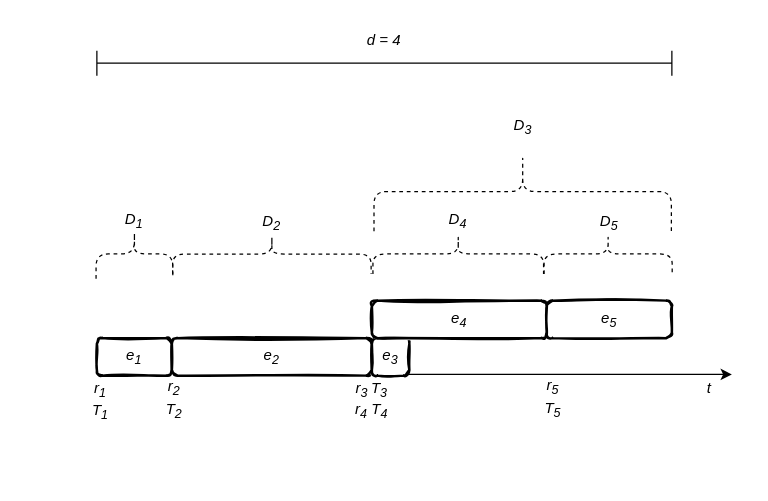
Before: Scheduling_of_Deadlines.drawio in Mast3rwaf1z/p4, a draw.io diagram. Source tidied: cells renumbered, new cells numbered last; positions are measured from the earlier drawing's top-left corner, leaving out a move shared by most shapes. Both pictures are drawn from the tidied source at 125%, with x=0, y=0 at pixel (62, 21).
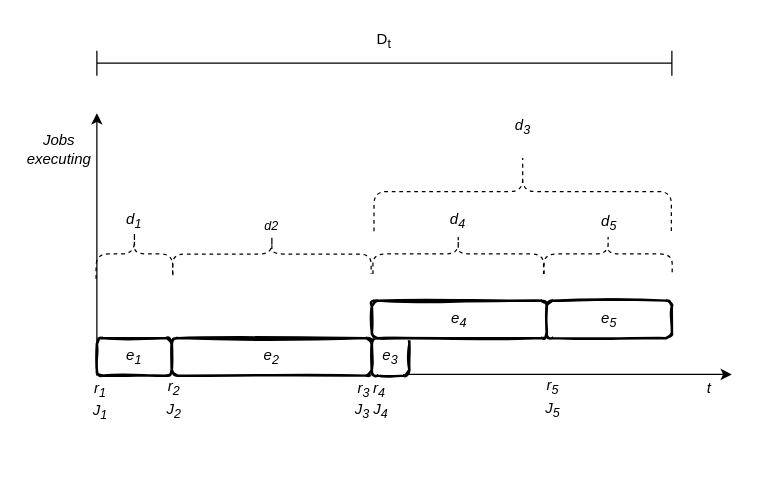
After the change.

The change refers to these unchanged cells:
```xml
<mxCell id="3" value="e&lt;sub&gt;1&lt;/sub&gt;" style="rounded=1;whiteSpace=wrap;html=1;strokeWidth=2;fillWeight=4;hachureGap=8;hachureAngle=45;sketch=1;fontStyle=2;" parent="1" vertex="1">
  <mxGeometry x="27" y="253" width="60" height="30" as="geometry" />
</mxCell>
```

Change to the diagram source:
```diff
@@
-    <mxCell id="9" value="r&lt;sub&gt;1&lt;br&gt;&lt;/sub&gt;T&lt;sub&gt;1&lt;/sub&gt;" style="text;html=1;strokeColor=none;fillColor=none;align=center;verticalAlign=middle;whiteSpace=wrap;rounded=0;fontStyle=2;" parent="1" vertex="1">
+    <mxCell id="9" value="r&lt;sub&gt;1&lt;br&gt;&lt;/sub&gt;J&lt;sub&gt;1&lt;/sub&gt;" style="text;html=1;strokeColor=none;fillColor=none;align=center;verticalAlign=middle;whiteSpace=wrap;rounded=0;fontStyle=2;" parent="1" vertex="1">
       <mxGeometry y="288" width="60" height="30" as="geometry" />
     </mxCell>
-    <mxCell id="10" value="r&lt;sub&gt;2&lt;br&gt;&lt;/sub&gt;T&lt;sub&gt;2&lt;/sub&gt;" style="text;html=1;strokeColor=none;fillColor=none;align=center;verticalAlign=middle;whiteSpace=wrap;rounded=0;fontStyle=2;" parent="1" vertex="1">
+    <mxCell id="10" value="r&lt;sub&gt;2&lt;br&gt;&lt;/sub&gt;J&lt;sub&gt;2&lt;/sub&gt;" style="text;html=1;strokeColor=none;fillColor=none;align=center;verticalAlign=middle;whiteSpace=wrap;rounded=0;fontStyle=2;" parent="1" vertex="1">
       <mxGeometry x="59" y="287" width="60" height="30" as="geometry" />
     </mxCell>
-    <mxCell id="11" value="&lt;div&gt;r&lt;sub&gt;3 &lt;/sub&gt;T&lt;sub&gt;3&lt;/sub&gt;&lt;br&gt;&lt;/div&gt;&lt;div&gt;r&lt;sub&gt;4&lt;/sub&gt; T&lt;sub&gt;4&lt;/sub&gt;&lt;br&gt;&lt;sub&gt;&lt;/sub&gt;&lt;/div&gt;&lt;div&gt;&lt;br&gt;&lt;/div&gt;&lt;div&gt;&lt;sub&gt;&lt;br&gt;&lt;/sub&gt;&lt;/div&gt;&lt;div&gt;&lt;br&gt;&lt;/div&gt;" style="text;html=1;strokeColor=none;fillColor=none;align=center;verticalAlign=middle;whiteSpace=wrap;rounded=0;fontStyle=2;" parent="1" vertex="1">
+    <mxCell id="11" value="&lt;div&gt;r&lt;sub&gt;3 &lt;/sub&gt;r&lt;sub&gt;4&lt;/sub&gt;&lt;br&gt;&lt;/div&gt;&lt;div&gt;J&lt;sub&gt;3&lt;/sub&gt; J&lt;sub&gt;4&lt;/sub&gt;&lt;br&gt;&lt;/div&gt;&lt;div&gt;&lt;br&gt;&lt;/div&gt;&lt;div&gt;&lt;sub&gt;&lt;br&gt;&lt;/sub&gt;&lt;/div&gt;&lt;div&gt;&lt;br&gt;&lt;/div&gt;" style="text;html=1;strokeColor=none;fillColor=none;align=center;verticalAlign=middle;whiteSpace=wrap;rounded=0;fontStyle=2;" parent="1" vertex="1">
       <mxGeometry x="217" y="288" width="60" height="75" as="geometry" />
     </mxCell>
-    <mxCell id="12" value="r&lt;sub&gt;5&lt;br&gt;&lt;/sub&gt;T&lt;sub&gt;5&lt;/sub&gt;" style="text;html=1;strokeColor=none;fillColor=none;align=center;verticalAlign=middle;whiteSpace=wrap;rounded=0;fontStyle=2;" parent="1" vertex="1">
+    <mxCell id="12" value="r&lt;sub&gt;5&lt;br&gt;&lt;/sub&gt;J&lt;sub&gt;5&lt;/sub&gt;" style="text;html=1;strokeColor=none;fillColor=none;align=center;verticalAlign=middle;whiteSpace=wrap;rounded=0;fontStyle=2;" parent="1" vertex="1">
       <mxGeometry x="362" y="286" width="60" height="30" as="geometry" />
     </mxCell>
-    <mxCell id="13" value="&lt;i&gt;D&lt;sub&gt;1&lt;/sub&gt;&lt;/i&gt;" style="text;html=1;strokeColor=none;fillColor=none;align=center;verticalAlign=middle;whiteSpace=wrap;rounded=0;dashed=1;" parent="1" vertex="1">
+    <mxCell id="13" value="&lt;i&gt;d&lt;sub&gt;1&lt;/sub&gt;&lt;/i&gt;" style="text;html=1;strokeColor=none;fillColor=none;align=center;verticalAlign=middle;whiteSpace=wrap;rounded=0;dashed=1;" parent="1" vertex="1">
       <mxGeometry x="27" y="143.6" width="60" height="30" as="geometry" />
     </mxCell>
-    <mxCell id="14" value="&lt;i&gt;D&lt;sub&gt;2&lt;/sub&gt;&lt;/i&gt;" style="text;html=1;strokeColor=none;fillColor=none;align=center;verticalAlign=middle;whiteSpace=wrap;rounded=0;dashed=1;" parent="1" vertex="1">
+    <mxCell id="14" value="&lt;i&gt;&lt;sub&gt;d2&lt;/sub&gt;&lt;/i&gt;" style="text;html=1;strokeColor=none;fillColor=none;align=center;verticalAlign=middle;whiteSpace=wrap;rounded=0;dashed=1;" parent="1" vertex="1">
       <mxGeometry x="137" y="146.2" width="60" height="30" as="geometry" />
     </mxCell>
-    <mxCell id="15" value="D&lt;sub&gt;4&lt;/sub&gt;" style="text;html=1;strokeColor=none;fillColor=none;align=center;verticalAlign=middle;whiteSpace=wrap;rounded=0;dashed=1;fontStyle=2;" parent="1" vertex="1">
+    <mxCell id="15" value="d&lt;sub&gt;4&lt;/sub&gt;" style="text;html=1;strokeColor=none;fillColor=none;align=center;verticalAlign=middle;whiteSpace=wrap;rounded=0;dashed=1;fontStyle=2;" parent="1" vertex="1">
       <mxGeometry x="291.1" y="143.6" width="50" height="30" as="geometry" />
     </mxCell>
-    <mxCell id="16" value="D&lt;sub&gt;5&lt;/sub&gt;" style="text;html=1;strokeColor=none;fillColor=none;align=center;verticalAlign=middle;whiteSpace=wrap;rounded=0;dashed=1;fontStyle=2;" parent="1" vertex="1">
+    <mxCell id="16" value="d&lt;sub&gt;5&lt;/sub&gt;" style="text;html=1;strokeColor=none;fillColor=none;align=center;verticalAlign=middle;whiteSpace=wrap;rounded=0;dashed=1;fontStyle=2;" parent="1" vertex="1">
       <mxGeometry x="412" y="146.2" width="50" height="30" as="geometry" />
     </mxCell>
-    <mxCell id="17" value="D&lt;sub&gt;3&lt;/sub&gt;" style="text;html=1;strokeColor=none;fillColor=none;align=center;verticalAlign=middle;whiteSpace=wrap;rounded=0;dashed=1;fontStyle=2;" parent="1" vertex="1">
+    <mxCell id="17" value="d&lt;sub&gt;3&lt;/sub&gt;" style="text;html=1;strokeColor=none;fillColor=none;align=center;verticalAlign=middle;whiteSpace=wrap;rounded=0;dashed=1;fontStyle=2;" parent="1" vertex="1">
       <mxGeometry x="337.7" y="73" width="60" height="22.7" as="geometry" />
     </mxCell>
-    <mxCell id="18" value="&lt;i&gt;d = 4&lt;/i&gt;" style="text;html=1;strokeColor=none;fillColor=none;align=center;verticalAlign=middle;whiteSpace=wrap;rounded=0;dashed=1;" parent="1" vertex="1">
+    <mxCell id="18" value="D&lt;sub&gt;t&lt;/sub&gt;" style="text;html=1;strokeColor=none;fillColor=none;align=center;verticalAlign=middle;whiteSpace=wrap;rounded=0;dashed=1;" parent="1" vertex="1">
       <mxGeometry x="212" y="-0.2" width="90" height="30" as="geometry" />
     </mxCell>
@@
+    <mxCell id="26" style="endArrow=classic;html=1;rounded=0;exitX=0;exitY=1;exitDx=0;exitDy=0;" parent="1" edge="1" source="3">
+      <mxGeometry relative="1" as="geometry">
+        <mxPoint x="27" y="73" as="targetPoint" />
+      </mxGeometry>
+    </mxCell>
+    <mxCell id="27" value="&lt;i&gt;Jobs executing&lt;/i&gt;" style="text;html=1;strokeColor=none;fillColor=none;align=center;verticalAlign=middle;whiteSpace=wrap;rounded=0;" parent="1" vertex="1">
+      <mxGeometry x="-33" y="87.4" width="60" height="30" as="geometry" />
+    </mxCell>
```
